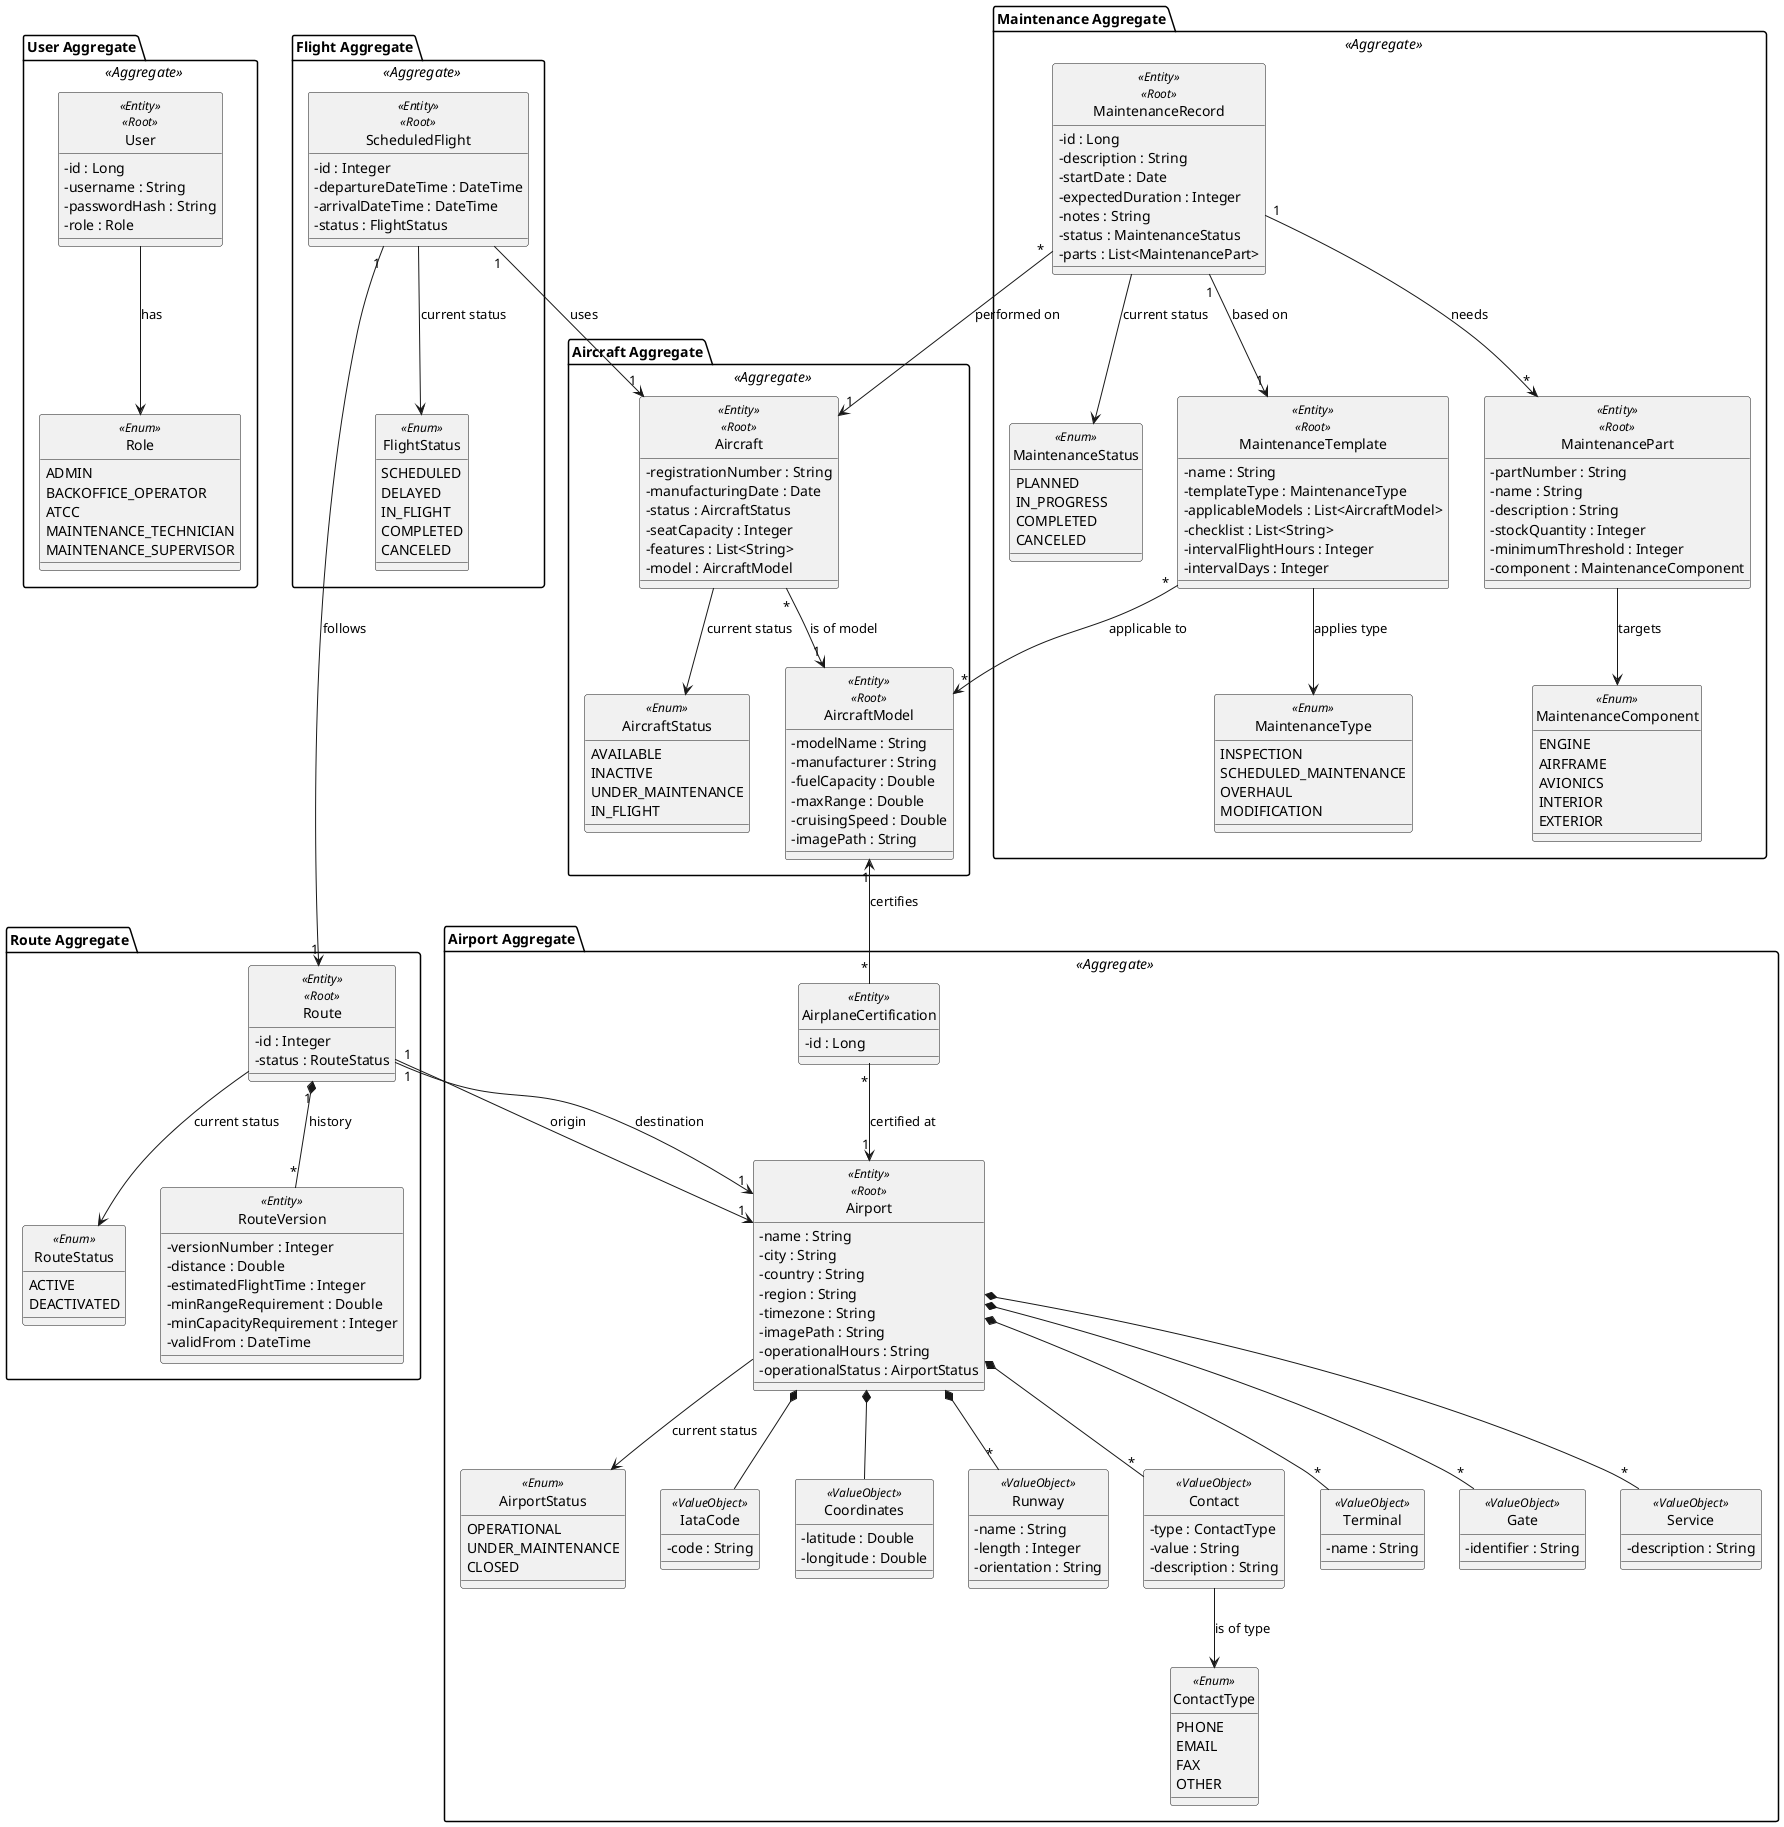
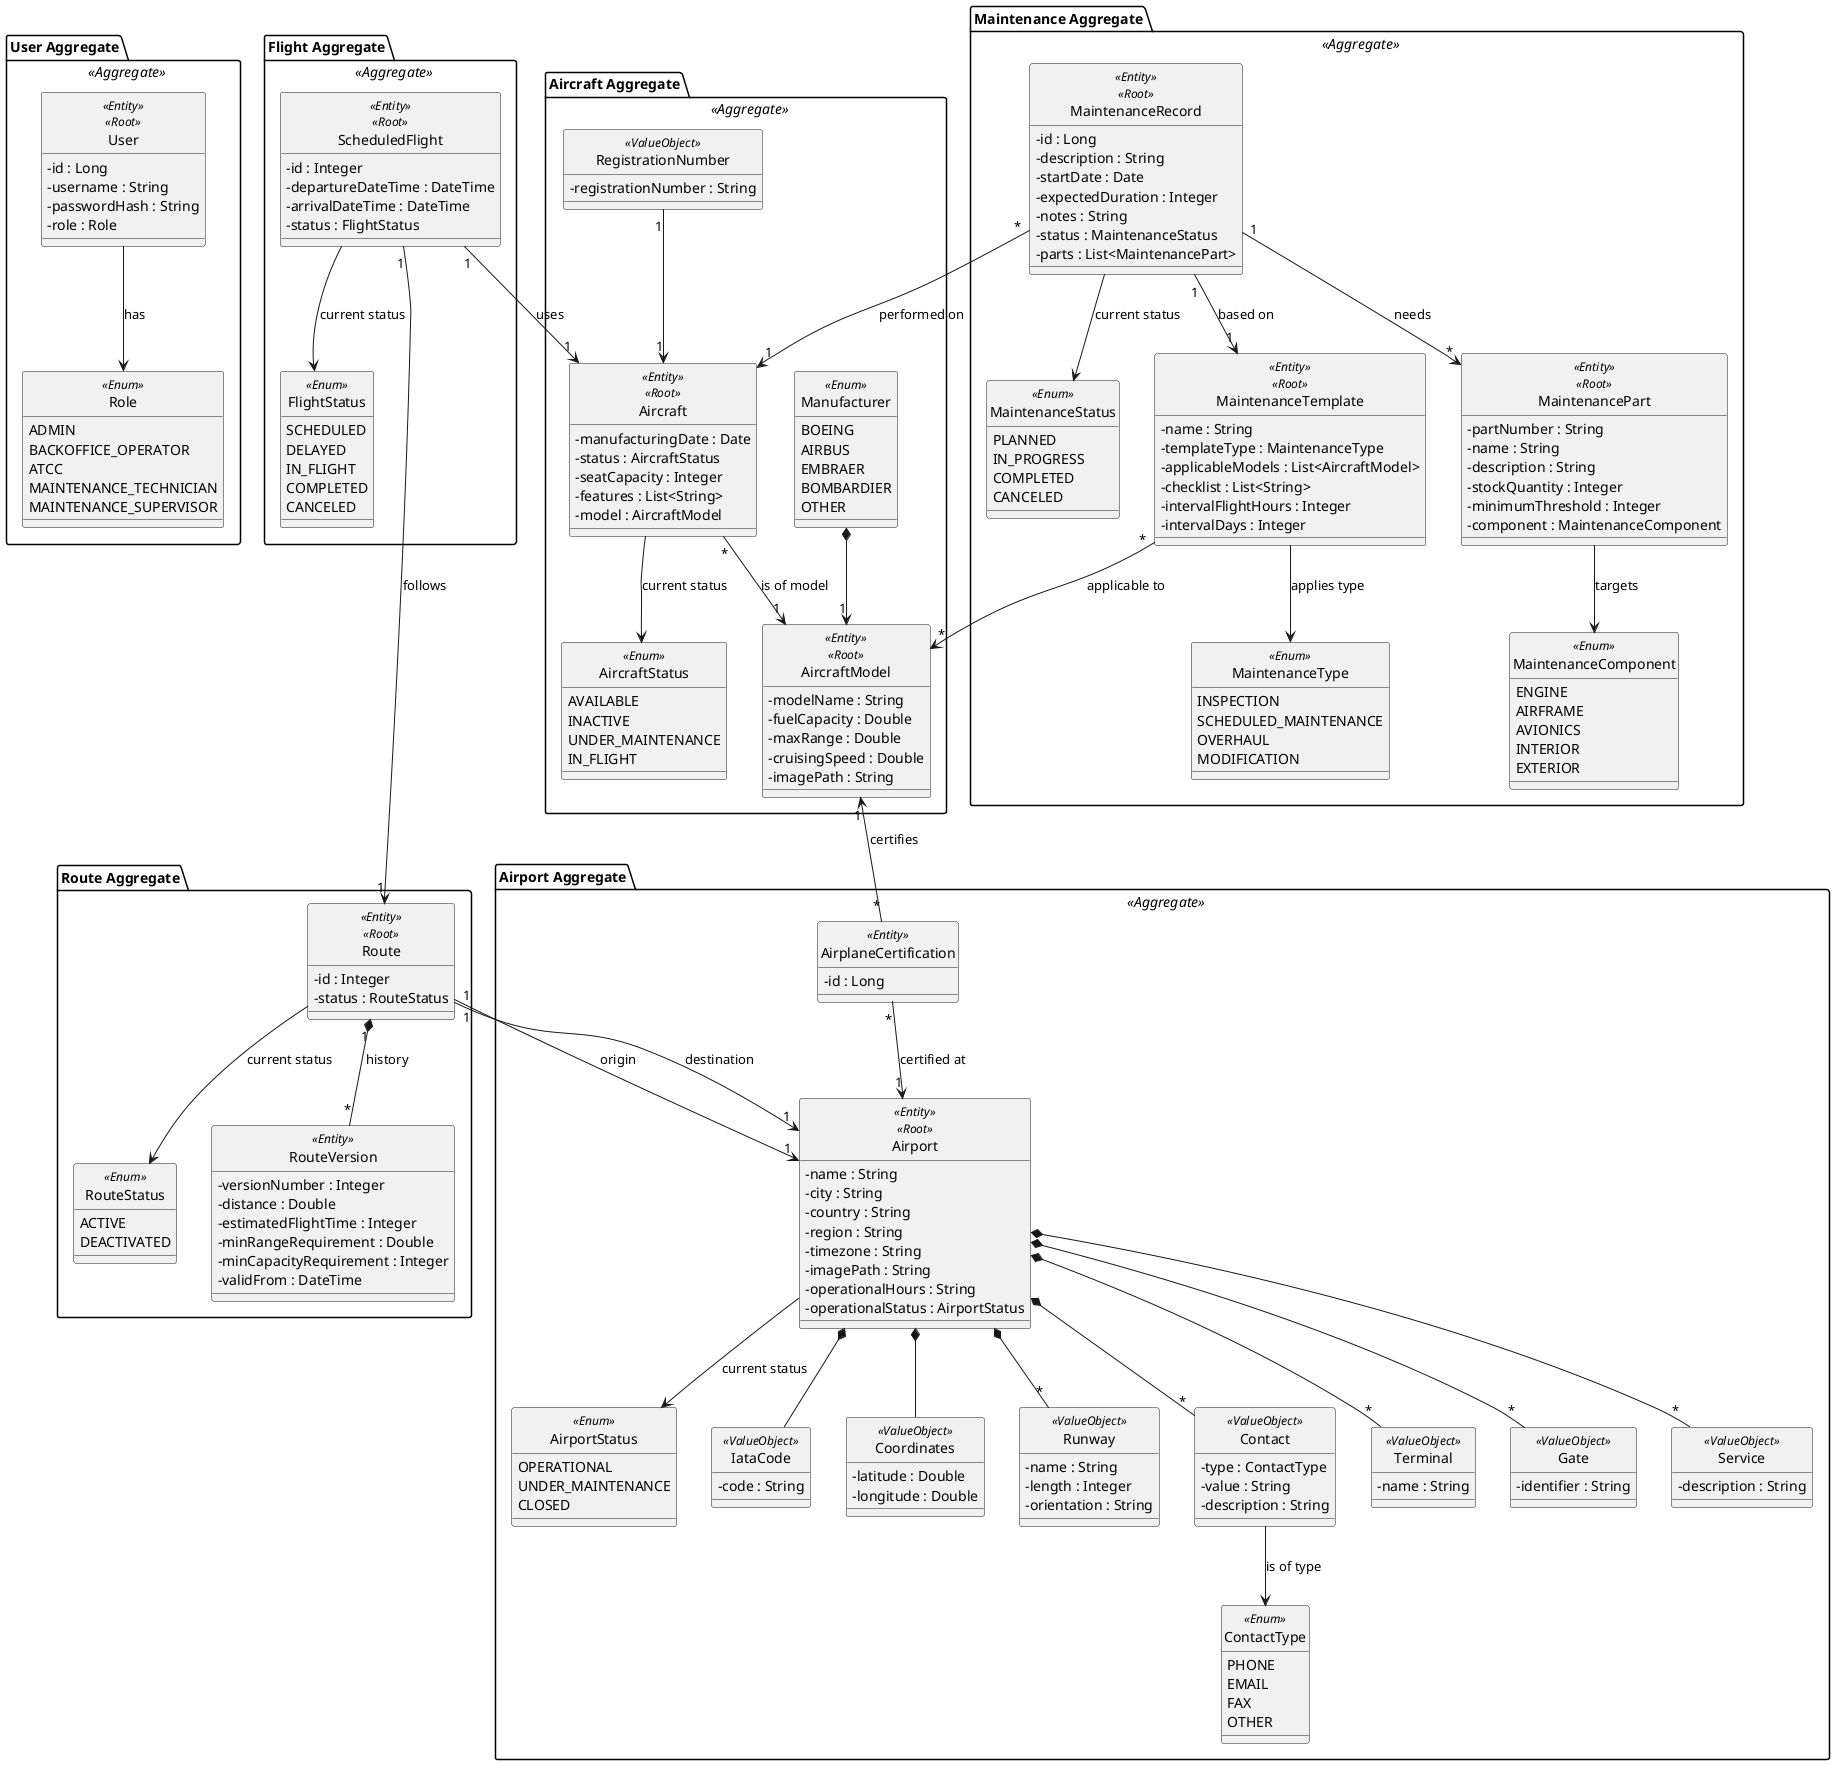
@startuml
skinparam classAttributeIconSize 0
skinparam monochrome true
hide circle

package "User Aggregate" <<Aggregate>> {
  enum Role <<Enum>> {
    ADMIN
    BACKOFFICE_OPERATOR
    ATCC
    MAINTENANCE_TECHNICIAN
    MAINTENANCE_SUPERVISOR
  }

  class User <<Entity>> <<Root>> {
    - id : Long
    - username : String
    - passwordHash : String
    - role : Role
  }

  User --> Role : has
}



package "Aircraft Aggregate" <<Aggregate>> {
  enum AircraftStatus <<Enum>> {
    AVAILABLE
    INACTIVE
    UNDER_MAINTENANCE
    IN_FLIGHT
  }
- 
+   enum Manufacturer <<Enum>> {
+     BOEING
+     AIRBUS
+     EMBRAER
+     BOMBARDIER
+     OTHER
+   }
  class Aircraft <<Entity>> <<Root>> {
-     - registrationNumber : String
    - manufacturingDate : Date
    - status : AircraftStatus
    - seatCapacity : Integer
    - features : List<String>
    - model : AircraftModel
  }

  class AircraftModel <<Entity>> <<Root>> {
    - modelName : String
-     - manufacturer : String
    - fuelCapacity : Double
    - maxRange : Double
    - cruisingSpeed : Double
    - imagePath : String
  }
- 
+   class RegistrationNumber <<ValueObject>> {
+     - registrationNumber : String
+   }
  Aircraft --> AircraftStatus : current status
+   RegistrationNumber "1"-->"1" Aircraft
+   Manufacturer *-->"1" AircraftModel
}

package "Airport Aggregate" <<Aggregate>> {
  enum AirportStatus <<Enum>> {
     OPERATIONAL
     UNDER_MAINTENANCE
     CLOSED
  }

  enum ContactType <<Enum>> {
     PHONE
     EMAIL
     FAX
     OTHER
  }

  class IataCode <<ValueObject>> {
    - code : String
  }

  class Coordinates <<ValueObject>> {
    - latitude : Double
    - longitude : Double
  }

  class Runway <<ValueObject>> {
    - name : String
    - length : Integer
    - orientation : String
  }

  class Contact <<ValueObject>> {
    - type : ContactType
    - value : String
    - description : String
  }

  class Terminal <<ValueObject>> {
    - name : String
  }

  class Gate <<ValueObject>> {
    - identifier : String
  }

  class Service <<ValueObject>> {
    - description : String
  }

  class Airport <<Entity>> <<Root>> {
    - name : String
    - city : String
    - country : String
    - region : String
    - timezone : String
    - imagePath : String
    - operationalHours : String
    - operationalStatus : AirportStatus
  }

  class AirplaneCertification <<Entity>> {
    - id : Long
  }

  Airport --> AirportStatus : current status
  Contact --> ContactType : is of type

  Airport *-- IataCode
  Airport *-- Coordinates
  Airport *-- "*" Runway
  Airport *-- "*" Contact
  Airport *-- "*" Terminal
  Airport *-- "*" Gate
  Airport *-- "*" Service
}

package "Route Aggregate" {
  enum RouteStatus <<Enum>> {
    ACTIVE
    DEACTIVATED
  }

  class Route <<Entity>> <<Root>> {
    - id : Integer
    - status : RouteStatus
  }

  class RouteVersion <<Entity>> {
    - versionNumber : Integer
    - distance : Double
    - estimatedFlightTime : Integer
    - minRangeRequirement : Double
    - minCapacityRequirement : Integer
    - validFrom : DateTime
  }

  Route "1" *-- "*" RouteVersion : history
  Route --> RouteStatus : current status
}

package "Flight Aggregate" <<Aggregate>> {
  enum FlightStatus <<Enum>> {
    SCHEDULED
    DELAYED
    IN_FLIGHT
    COMPLETED
    CANCELED
  }

  class ScheduledFlight <<Entity>> <<Root>> {
    - id : Integer
    - departureDateTime : DateTime
    - arrivalDateTime : DateTime
    - status : FlightStatus
  }

  ScheduledFlight --> FlightStatus : current status
}


package "Maintenance Aggregate" <<Aggregate>> {
  enum MaintenanceStatus <<Enum>> {
     PLANNED
     IN_PROGRESS
     COMPLETED
     CANCELED
  }

  enum MaintenanceType <<Enum>> {
    INSPECTION
    SCHEDULED_MAINTENANCE
    OVERHAUL
    MODIFICATION
  }

  enum MaintenanceComponent <<Enum>> {
    ENGINE
    AIRFRAME
    AVIONICS
    INTERIOR
    EXTERIOR
  }

  class MaintenanceTemplate <<Entity>> <<Root>> {
    - name : String
    - templateType : MaintenanceType
    - applicableModels : List<AircraftModel>
    - checklist : List<String>
    - intervalFlightHours : Integer
    - intervalDays : Integer
  }

  class MaintenanceRecord <<Entity>> <<Root>> {
    - id : Long
    - description : String
    - startDate : Date
    - expectedDuration : Integer
    - notes : String
    - status : MaintenanceStatus
    - parts : List<MaintenancePart>
  }

  class MaintenancePart <<Entity>> <<Root>> {
    - partNumber : String
    - name : String
    - description : String
    - stockQuantity : Integer
    - minimumThreshold : Integer
    - component : MaintenanceComponent
  }

  MaintenanceTemplate --> MaintenanceType : applies type
  MaintenanceRecord --> MaintenanceStatus : current status
  MaintenancePart --> MaintenanceComponent : targets
}


Aircraft "*" --> "1" AircraftModel : is of model
AircraftModel "1" <-- "*" AirplaneCertification : certifies
Airport "1" <-up- "*" AirplaneCertification : certified at

Route "1" --> "1" Airport : origin
Route "1" --> "1" Airport : destination

ScheduledFlight "1" --> "1" Route : follows
ScheduledFlight "1" --> "1" Aircraft : uses

MaintenanceTemplate "*" --> "*" AircraftModel : applicable to
MaintenanceRecord "1" --> "*" MaintenancePart : needs
MaintenanceRecord "1" --> "1" MaintenanceTemplate : based on
MaintenanceRecord "*" --> "1" Aircraft : performed on

@enduml
